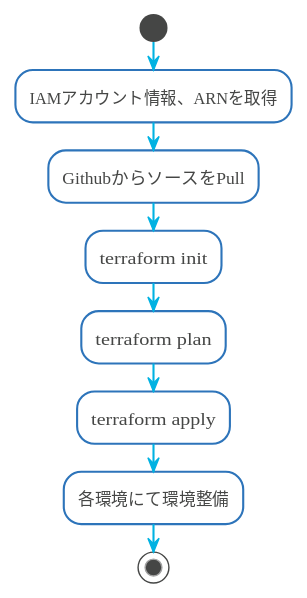
Earlier version of the PlantUML export overview2.svg (ymtdzzz/blog). Its diagram source:
```plantuml
@startuml

skinparam shadowing false
skinparam DefaultFontName Proxima Nova
skinparam ArrowColor #00b2e2
skinparam DefaultFontColor #454645

skinparam ActivityBorderColor #2D74BA
skinparam ActivityDiamondBorderColor #2D74BA
skinparam ActorBorderColor #2D74BA
skinparam AgentBorderColor #2D74BA
skinparam ArtifactBorderColor #2D74BA
skinparam BoundaryBorderColor #2D74BA
skinparam CardBorderColor #2D74BA
skinparam ClassBorderColor #2D74BA
skinparam CloudBorderColor #2D74BA
skinparam CollectionsBorderColor #2D74BA
skinparam ComponentBorderColor #2D74BA
skinparam ControlBorderColor #2D74BA
skinparam DatabaseBorderColor #2D74BA
skinparam EntityBorderColor #2D74BA
skinparam FileBorderColor #2D74BA
skinparam FolderBorderColor #2D74BA
skinparam FrameBorderColor #2D74BA
skinparam InterfaceBorderColor #2D74BA
skinparam LegendBorderColor #2D74BA
skinparam NodeBorderColor #2D74BA
skinparam NoteBorderColor #2D74BA
skinparam ObjectBorderColor #2D74BA
skinparam PackageBorderColor #2D74BA
skinparam PageBorderColor #2D74BA
skinparam ParticipantBorderColor #2D74BA
skinparam PartitionBorderColor #2D74BA
skinparam QueueBorderColor #2D74BA
skinparam RectangleBorderColor #2D74BA
skinparam SequenceBoxBorderColor #2D74BA
skinparam SequenceDividerBorderColor #2D74BA
skinparam SequenceGroupBorderColor #2D74BA
skinparam SequenceLifeLineBorderColor #2D74BA
skinparam SequenceReferenceBorderColor #2D74BA
skinparam StackBorderColor #2D74BA
skinparam StateBorderColor #2D74BA
skinparam StereotypeABorderColor #2D74BA
skinparam StereotypeCBorderColor #2D74BA
skinparam StereotypeEBorderColor #2D74BA
skinparam StereotypeIBorderColor #2D74BA
skinparam StereotypeNBorderColor #2D74BA
skinparam StorageBorderColor #2D74BA
skinparam SwimlaneBorderColor #2D74BA
skinparam UsecaseBorderColor #2D74BA

skinparam ActivityBackgroundColor #FFFFFF
skinparam ActivityDiamondBackgroundColor #FFFFFF
skinparam ActorBackgroundColor #FFFFFF
skinparam AgentBackgroundColor #FFFFFF
skinparam ArtifactBackgroundColor #FFFFFF
skinparam BackgroundColor #FFFFFF
skinparam BoundaryBackgroundColor #FFFFFF
skinparam CardBackgroundColor #FFFFFF
skinparam ClassBackgroundColor #FFFFFF
skinparam ClassHeaderBackgroundColor #FFFFFF
skinparam CloudBackgroundColor #FFFFFF
skinparam CollectionsBackgroundColor #FFFFFF
skinparam ComponentBackgroundColor #FFFFFF
skinparam ControlBackgroundColor #FFFFFF
skinparam DatabaseBackgroundColor #FFFFFF
skinparam EntityBackgroundColor #FFFFFF
skinparam FileBackgroundColor #FFFFFF
skinparam FolderBackgroundColor #FFFFFF
skinparam FrameBackgroundColor #FFFFFF
skinparam IconPackageBackgroundColor #FFFFFF
skinparam IconPrivateBackgroundColor #FFFFFF
skinparam IconProtectedBackgroundColor #FFFFFF
skinparam IconPublicBackgroundColor #FFFFFF
skinparam InterfaceBackgroundColor #FFFFFF
skinparam LegendBackgroundColor #FFFFFF
skinparam NodeBackgroundColor #FFFFFF
skinparam NoteBackgroundColor #FFFFFF
skinparam ObjectBackgroundColor #FFFFFF
skinparam PackageBackgroundColor #FFFFFF
skinparam ParticipantBackgroundColor #FFFFFF
skinparam PartitionBackgroundColor #FFFFFF
skinparam QueueBackgroundColor #FFFFFF
skinparam RectangleBackgroundColor #FFFFFF
skinparam SequenceBoxBackgroundColor #FFFFFF
skinparam SequenceDividerBackgroundColor #FFFFFF
skinparam SequenceGroupBackgroundColor #FFFFFF
skinparam SequenceGroupBodyBackgroundColor #FFFFFF
skinparam SequenceLifeLineBackgroundColor #FFFFFF
skinparam SequenceReferenceBackgroundColor #FFFFFF
skinparam SequenceReferenceHeaderBackgroundColor #FFFFFF
skinparam StackBackgroundColor #FFFFFF
skinparam StateBackgroundColor #FFFFFF
skinparam StereotypeABackgroundColor #FFFFFF
skinparam StereotypeCBackgroundColor #FFFFFF
skinparam StereotypeEBackgroundColor #FFFFFF
skinparam StereotypeIBackgroundColor #FFFFFF
skinparam StereotypeNBackgroundColor #FFFFFF
skinparam StorageBackgroundColor #FFFFFF
skinparam TitleBackgroundColor #FFFFFF
skinparam UsecaseBackgroundColor #FFFFFF

skinparam ActivityStartColor #454645
skinparam ActivityEndColor #454645
skinparam StateStartColor #454645
skinparam StateEndColor #454645
start

:IAMアカウント情報、ARNを取得;
:GithubからソースをPull;
:terraform init;
:terraform plan;
:terraform apply;
:各環境にて環境整備;

stop
@enduml
```
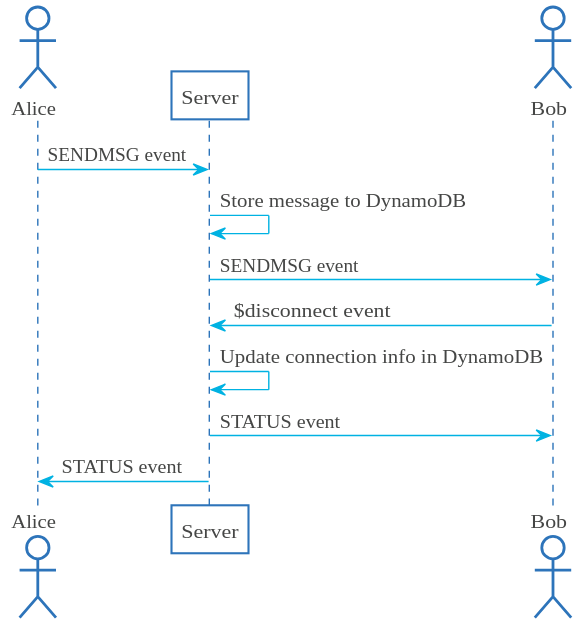
Above is the later version.

Change to the diagram source:
```diff
@@ -104,14 +104,15 @@
 skinparam ActivityEndColor #454645
 skinparam StateStartColor #454645
 skinparam StateEndColor #454645
-start
+actor Alice as alice
+participant Server as server
+actor Bob as bob
 
-:IAMアカウント情報、ARNを取得;
-:GithubからソースをPull;
-:terraform init;
-:terraform plan;
-:terraform apply;
-:各環境にて環境整備;
-
-stop
+alice -> server: SENDMSG event
+server -> server: Store message to DynamoDB
+server -> bob: SENDMSG event
+server <- bob: $disconnect event
+server -> server: Update connection info in DynamoDB
+server -> bob: STATUS event
+alice <- server: STATUS event
 @enduml
```
